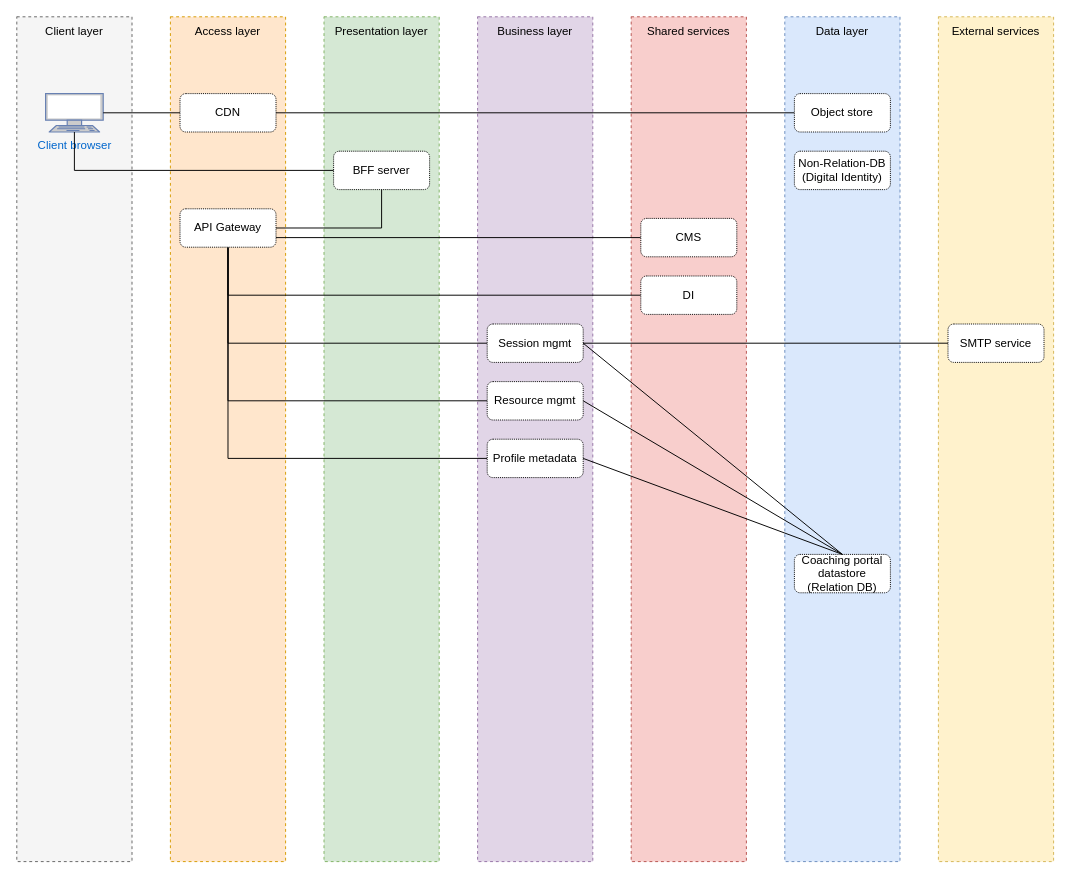
Mwangimburu/drawings keeps this draw.io diagram as page "coaching portal logical diagram" (17 of 17) of Untitled Diagram.drawio. Above is the earlier version. Source tidied: cells renumbered, new cells numbered last; positions are measured from the earlier drawing's top-left corner, leaving out a move shared by most shapes. Both pictures are drawn from the tidied source at 96%, with x=0, y=0 at pixel (16, 16).
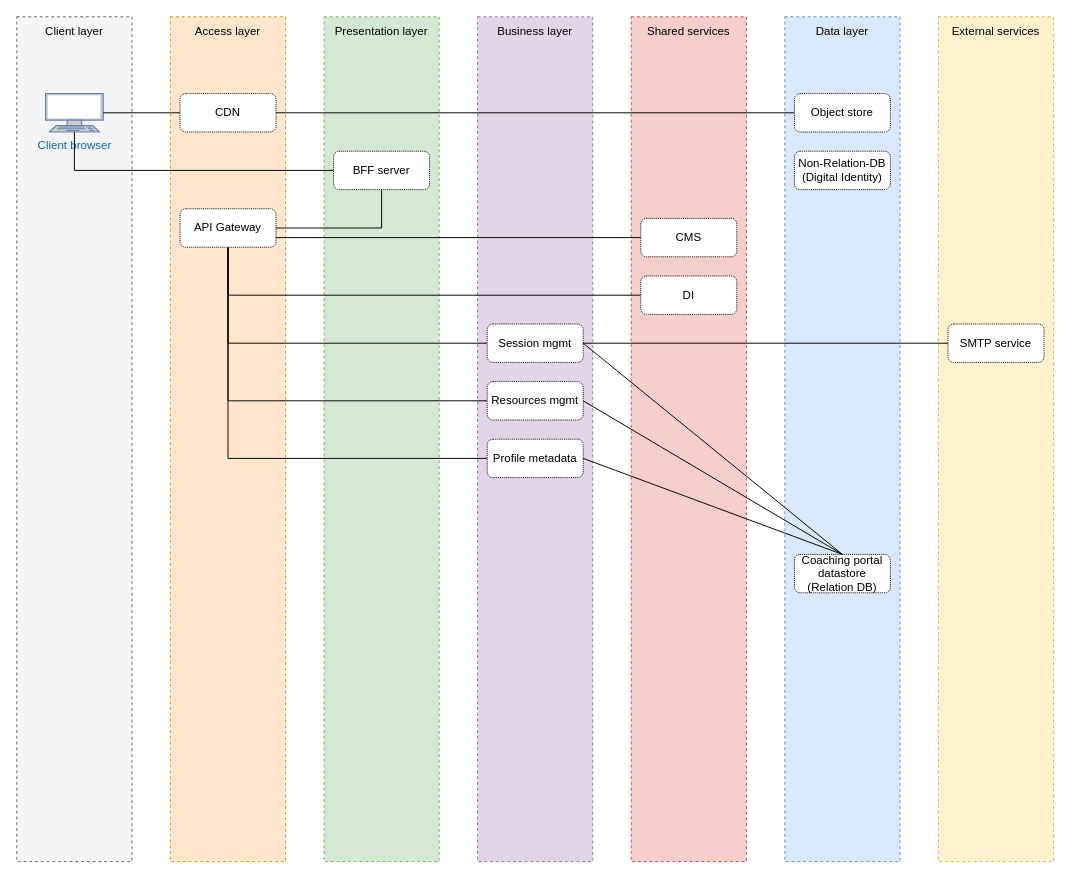
The same page after the edit.

What changed in the source:
```diff
@@
-    <mxCell id="33" value="Resource mgmt" style="rounded=1;whiteSpace=wrap;html=1;fillColor=default;dashed=1;dashPattern=1 1;" parent="1" vertex="1">
+    <mxCell id="33" value="Resources mgmt" style="rounded=1;whiteSpace=wrap;html=1;fillColor=default;dashed=1;dashPattern=1 1;" parent="1" vertex="1">
       <mxGeometry x="490" y="380" width="100" height="40" as="geometry" />
     </mxCell>
```
